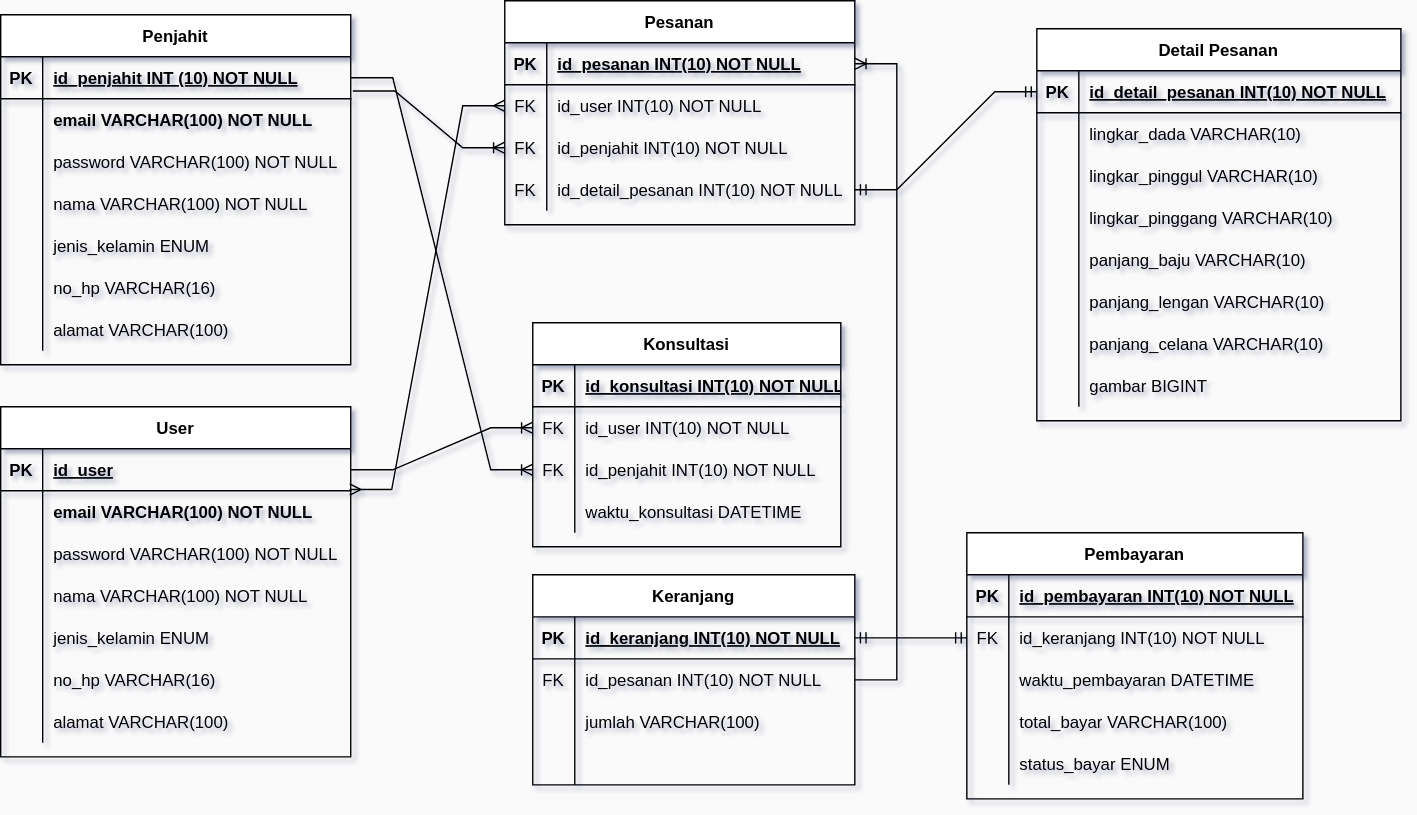
This is pertemuan5./jahit-revisi.drawio.svg from salmanfazz/IF214002, a draw.io export, as it was before one commit. Source tidied: cells renumbered, new cells last; positions are measured from the earlier drawing's top-left corner, leaving out a move shared by most shapes.
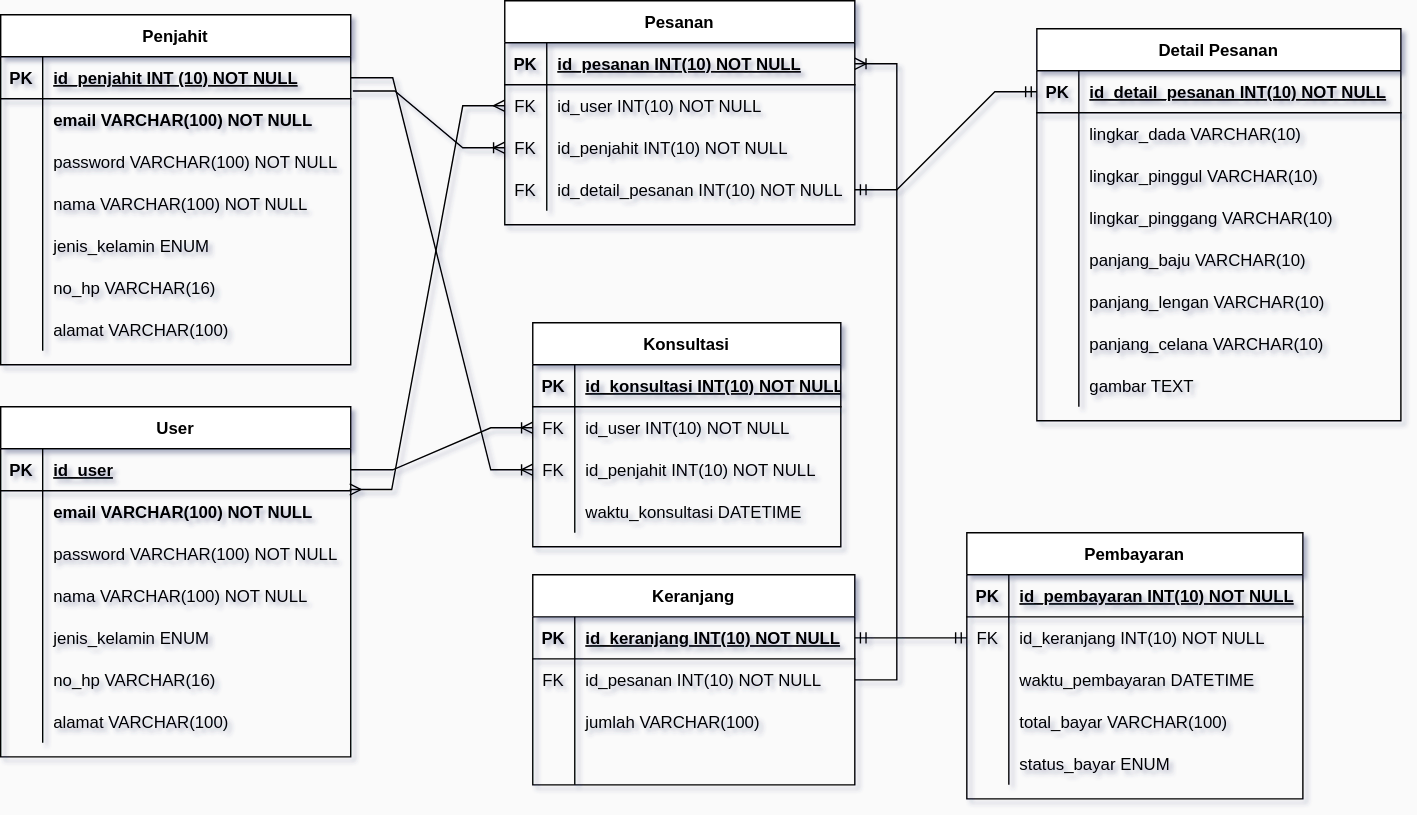
The same file after the commit.

What changed in the source:
```diff
@@ -389,7 +389,7 @@
     <mxCell id="130" style="shape=partialRectangle;fillColor=none;top=0;left=0;bottom=0;right=0;overflow=hidden;" parent="129" vertex="1">
       <mxGeometry width="30" height="30" as="geometry" />
     </mxCell>
-    <mxCell id="131" value="gambar BIGINT" style="shape=partialRectangle;fillColor=none;top=0;left=0;bottom=0;right=0;align=left;spacingLeft=6;overflow=hidden;" parent="129" vertex="1">
+    <mxCell id="131" value="gambar TEXT" style="shape=partialRectangle;fillColor=none;top=0;left=0;bottom=0;right=0;align=left;spacingLeft=6;overflow=hidden;" parent="129" vertex="1">
       <mxGeometry x="30" width="230" height="30" as="geometry" />
     </mxCell>
     <mxCell id="132" style="edgeStyle=entityRelationEdgeStyle;fontSize=12;html=1;endArrow=ERmandOne;startArrow=ERmandOne;rounded=0;entryX=0;entryY=0.5;entryDx=0;entryDy=0;exitX=1;exitY=0.5;exitDx=0;exitDy=0;" parent="1" edge="1" source="56" target="108">
```
